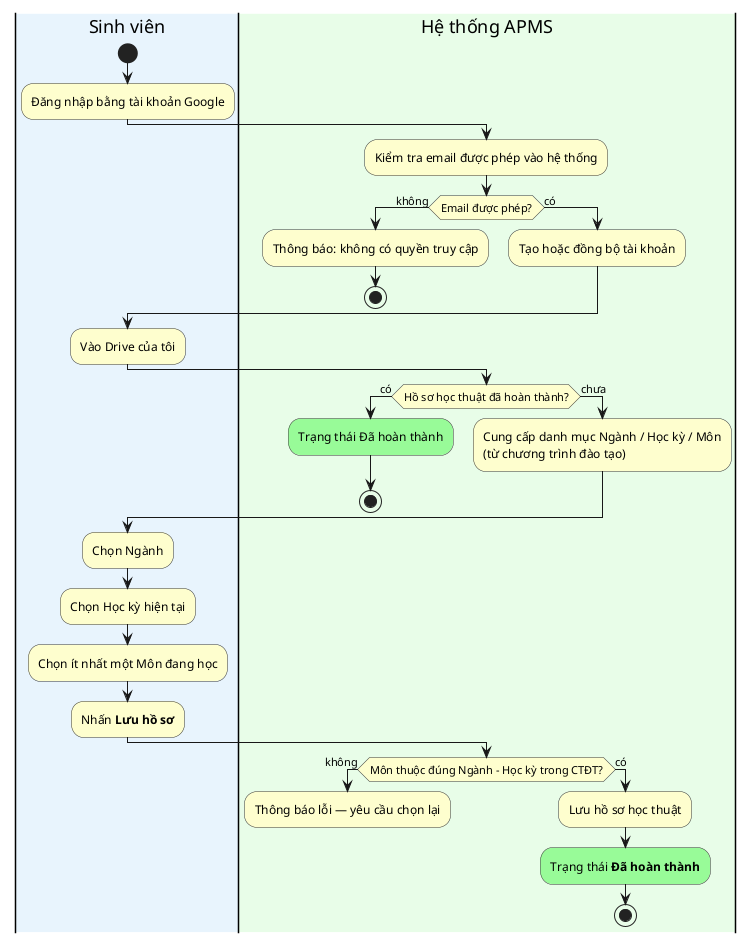
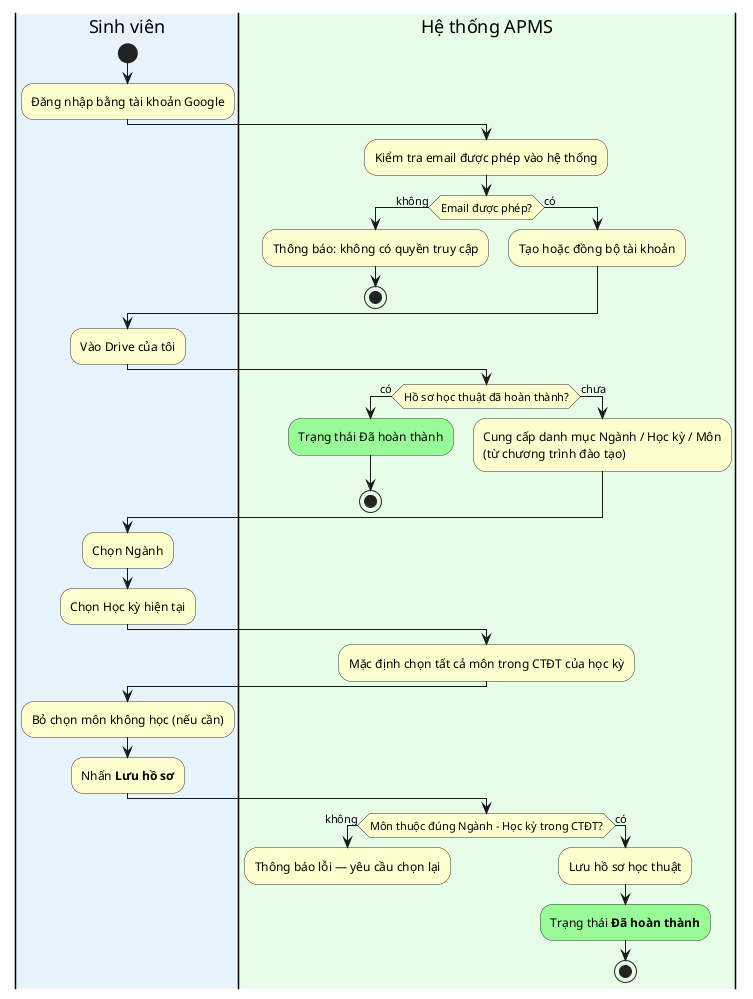
@startuml APMS_Activity1_Onboarding
skinparam swimlane {
  WrapTitle false
}
skinparam activity {
  BackgroundColor #FEFECE
  BorderColor #333333
}

|#E8F4FD|Sinh viên|
start
:Đăng nhập bằng tài khoản Google;

|#E8FDE8|Hệ thống APMS|
:Kiểm tra email được phép vào hệ thống;
if (Email được phép?) then (không)
  :Thông báo: không có quyền truy cập;
  stop
else (có)
  :Tạo hoặc đồng bộ tài khoản;
endif

|Sinh viên|
:Vào Drive của tôi;

|Hệ thống APMS|
if (Hồ sơ học thuật đã hoàn thành?) then (có)
  #PaleGreen:Trạng thái Đã hoàn thành;
  stop
else (chưa)
  :Cung cấp danh mục Ngành / Học kỳ / Môn\n(từ chương trình đào tạo);
endif

|Sinh viên|
:Chọn Ngành;
:Chọn Học kỳ hiện tại;
- :Chọn ít nhất một Môn đang học;
+ 
+ |Hệ thống APMS|
+ :Mặc định chọn tất cả môn trong CTĐT của học kỳ;
+ 
+ |Sinh viên|
+ :Bỏ chọn môn không học (nếu cần);
:Nhấn **Lưu hồ sơ**;

|Hệ thống APMS|
if (Môn thuộc đúng Ngành – Học kỳ trong CTĐT?) then (không)
  :Thông báo lỗi — yêu cầu chọn lại;
  detach
else (có)
  :Lưu hồ sơ học thuật;
  #PaleGreen:Trạng thái **Đã hoàn thành**;
  stop
endif

@enduml
